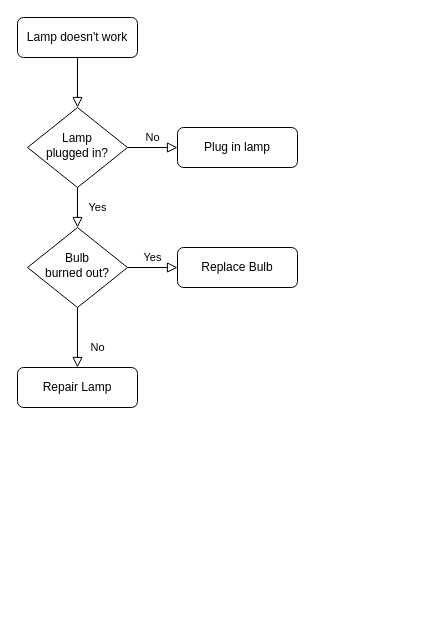
The draw.io diagram Untitled Diagram.drawio in Flex-technologies/MySchool, before the edit. Source tidied: cells renumbered, new cells numbered last; positions are measured from the earlier drawing's top-left corner, leaving out a move shared by most shapes. Both pictures are drawn from the tidied source at 100%, with x=0, y=0 at pixel (17, 17).
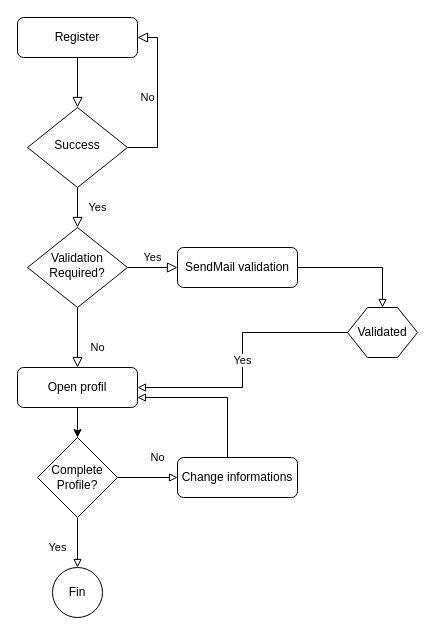
After the change.

Commit message:
Register diagram

The edit, as a diff of the source:
```diff
@@
-    <mxCell id="3" value="Lamp doesn't work" style="rounded=1;whiteSpace=wrap;html=1;fontSize=12;glass=0;strokeWidth=1;shadow=0;" parent="1" vertex="1">
+    <mxCell id="3" value="Register" style="rounded=1;whiteSpace=wrap;html=1;fontSize=12;glass=0;strokeWidth=1;shadow=0;" parent="1" vertex="1">
       <mxGeometry width="120" height="40" as="geometry" />
     </mxCell>
@@
-    <mxCell id="5" value="No" style="edgeStyle=orthogonalEdgeStyle;rounded=0;html=1;jettySize=auto;fontSize=11;endArrow=block;endFill=0;endSize=8;strokeWidth=1;shadow=0;labelBackgroundColor=none;" parent="1" edge="1" source="6" target="7">
-      <mxGeometry y="10" relative="1" as="geometry" />
+    <mxCell id="5" value="No" style="edgeStyle=orthogonalEdgeStyle;rounded=0;html=1;jettySize=auto;fontSize=11;endArrow=block;endFill=0;endSize=8;strokeWidth=1;shadow=0;labelBackgroundColor=none;entryX=1;entryY=0.5;entryDx=0;entryDy=0;exitX=1;exitY=0.5;exitDx=0;exitDy=0;" parent="1" edge="1" source="6" target="3">
+      <mxGeometry y="10" relative="1" as="geometry">
+        <Array as="points">
+          <mxPoint x="140" y="130" />
+          <mxPoint x="140" y="20" />
+        </Array>
+      </mxGeometry>
     </mxCell>
-    <mxCell id="6" value="Lamp&lt;br&gt;plugged in?" style="rhombus;whiteSpace=wrap;html=1;shadow=0;fontFamily=Helvetica;fontSize=12;align=center;strokeWidth=1;spacing=6;spacingTop=-4;" parent="1" vertex="1">
+    <mxCell id="6" value="Success" style="rhombus;whiteSpace=wrap;html=1;shadow=0;fontFamily=Helvetica;fontSize=12;align=center;strokeWidth=1;spacing=6;spacingTop=-4;" parent="1" vertex="1">
       <mxGeometry x="10" y="90" width="100" height="80" as="geometry" />
     </mxCell>
-    <mxCell id="7" value="Plug in lamp" style="rounded=1;whiteSpace=wrap;html=1;fontSize=12;glass=0;strokeWidth=1;shadow=0;" parent="1" vertex="1">
-      <mxGeometry x="160" y="110" width="120" height="40" as="geometry" />
-    </mxCell>
@@
-    <mxCell id="10" value="Bulb&lt;br&gt;burned out?" style="rhombus;whiteSpace=wrap;html=1;shadow=0;fontFamily=Helvetica;fontSize=12;align=center;strokeWidth=1;spacing=6;spacingTop=-4;" parent="1" vertex="1">
+    <mxCell id="10" value="Validation Required?" style="rhombus;whiteSpace=wrap;html=1;shadow=0;fontFamily=Helvetica;fontSize=12;align=center;strokeWidth=1;spacing=6;spacingTop=-4;" parent="1" vertex="1">
       <mxGeometry x="10" y="210" width="100" height="80" as="geometry" />
     </mxCell>
+    <mxCell id="13" style="edgeStyle=orthogonalEdgeStyle;rounded=0;jettySize=auto;html=1;exitX=0.5;exitY=1;exitDx=0;exitDy=0;entryX=0.5;entryY=0;entryDx=0;entryDy=0;" parent="1" edge="1" source="11" target="17">
+      <mxGeometry relative="1" as="geometry" />
+    </mxCell>
-    <mxCell id="11" value="Repair Lamp" style="rounded=1;whiteSpace=wrap;html=1;fontSize=12;glass=0;strokeWidth=1;shadow=0;" parent="1" vertex="1">
+    <mxCell id="11" value="Open profil" style="rounded=1;whiteSpace=wrap;html=1;fontSize=12;glass=0;strokeWidth=1;shadow=0;" parent="1" vertex="1">
       <mxGeometry y="350" width="120" height="40" as="geometry" />
     </mxCell>
+    <mxCell id="14" style="edgeStyle=orthogonalEdgeStyle;rounded=0;jettySize=auto;html=1;entryX=0.5;entryY=0;entryDx=0;entryDy=0;endArrow=block;endFill=0;strokeColor=#000000;" parent="1" edge="1" source="12" target="21">
+      <mxGeometry relative="1" as="geometry" />
+    </mxCell>
-    <mxCell id="12" value="Replace Bulb" style="rounded=1;whiteSpace=wrap;html=1;fontSize=12;glass=0;strokeWidth=1;shadow=0;" parent="1" vertex="1">
+    <mxCell id="12" value="SendMail validation" style="rounded=1;whiteSpace=wrap;html=1;fontSize=12;glass=0;strokeWidth=1;shadow=0;" parent="1" vertex="1">
       <mxGeometry x="160" y="230" width="120" height="40" as="geometry" />
     </mxCell>
+    <mxCell id="15" value="No" style="edgeStyle=orthogonalEdgeStyle;rounded=0;jettySize=auto;html=1;entryX=0;entryY=0.5;entryDx=0;entryDy=0;endArrow=block;endFill=0;" parent="1" edge="1" source="17" target="19">
+      <mxGeometry x="0.33" y="20" relative="1" as="geometry" />
+    </mxCell>
+    <mxCell id="16" value="Yes" style="edgeStyle=orthogonalEdgeStyle;rounded=0;jettySize=auto;html=1;entryX=0.5;entryY=0;entryDx=0;entryDy=0;endArrow=block;endFill=0;strokeColor=#000000;" parent="1" edge="1" source="17" target="22">
+      <mxGeometry x="0.2" y="-20" relative="1" as="geometry" />
+    </mxCell>
+    <mxCell id="17" value="Complete&lt;br&gt;Profile?" style="rhombus;whiteSpace=wrap;html=1;" parent="1" vertex="1">
+      <mxGeometry x="20" y="420" width="80" height="80" as="geometry" />
+    </mxCell>
+    <mxCell id="18" style="edgeStyle=orthogonalEdgeStyle;rounded=0;jettySize=auto;html=1;entryX=1;entryY=0.75;entryDx=0;entryDy=0;endArrow=block;endFill=0;strokeColor=#000000;" parent="1" edge="1" source="19" target="11">
+      <mxGeometry relative="1" as="geometry">
+        <Array as="points">
+          <mxPoint x="210" y="380" />
+        </Array>
+      </mxGeometry>
+    </mxCell>
+    <mxCell id="19" value="Change informations" style="rounded=1;whiteSpace=wrap;html=1;" parent="1" vertex="1">
+      <mxGeometry x="160" y="440" width="120" height="40" as="geometry" />
+    </mxCell>
+    <mxCell id="20" value="Yes" style="edgeStyle=orthogonalEdgeStyle;rounded=0;jettySize=auto;html=1;entryX=1;entryY=0.5;entryDx=0;entryDy=0;endArrow=block;endFill=0;strokeColor=#000000;" parent="1" edge="1" source="21" target="11">
+      <mxGeometry relative="1" as="geometry" />
+    </mxCell>
+    <mxCell id="21" value="Validated" style="shape=hexagon;perimeter=hexagonPerimeter2;whiteSpace=wrap;html=1;fixedSize=1;" parent="1" vertex="1">
+      <mxGeometry x="330" y="290" width="70" height="50" as="geometry" />
+    </mxCell>
+    <mxCell id="22" value="Fin" style="ellipse;whiteSpace=wrap;html=1;" parent="1" vertex="1">
+      <mxGeometry x="35" y="550" width="50" height="50" as="geometry" />
+    </mxCell>
```
